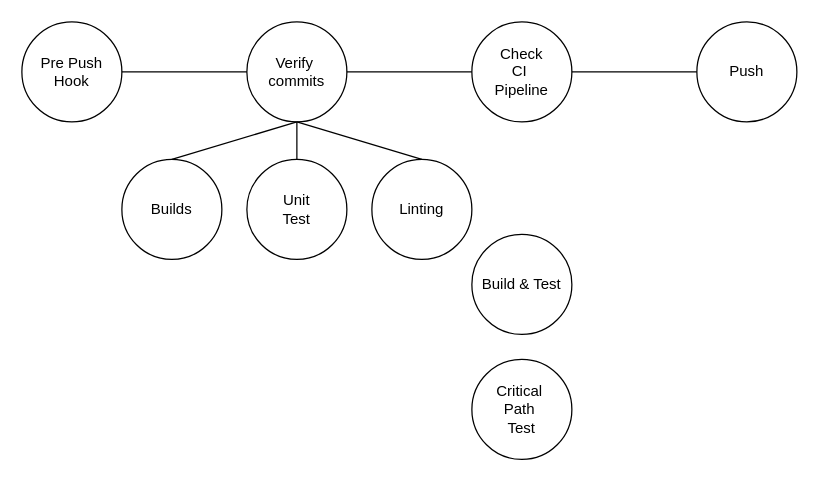
The draw.io diagram prepushpipeline.drawio in patrickschlaepfer/trunkbased, before the edit. Source tidied: cells renumbered, new cells numbered last; positions are measured from the earlier drawing's top-left corner, leaving out a move shared by most shapes. Both pictures are drawn from the tidied source at 125%, with x=0, y=0 at pixel (21, 21).
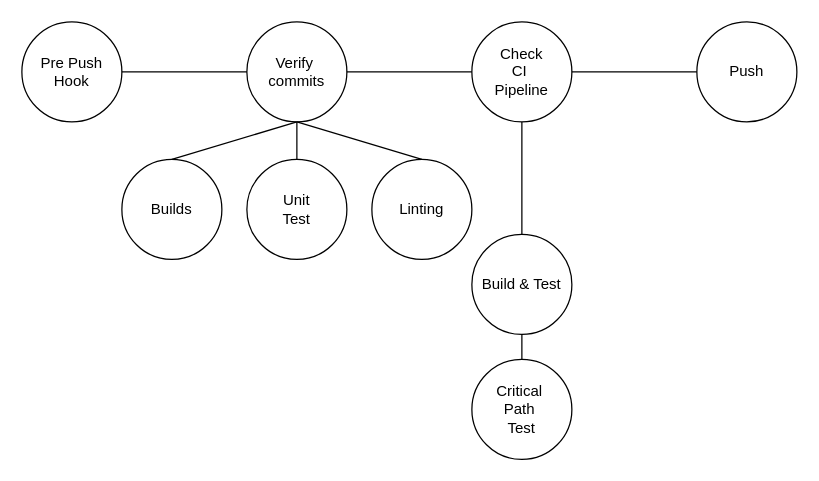
After the change.

The edit, as a diff of the source:
```diff
@@
 <mxGraphModel>
   <root>
     <mxCell id="0" />
     <mxCell id="1" parent="0" />
     <mxCell id="2" value="Pre Push&lt;br&gt;Hook" style="ellipse;whiteSpace=wrap;html=1;" parent="1" vertex="1">
       <mxGeometry width="80" height="80" as="geometry" />
     </mxCell>
     <mxCell id="3" value="Verify&amp;nbsp;&lt;br&gt;commits" style="ellipse;whiteSpace=wrap;html=1;" parent="1" vertex="1">
       <mxGeometry x="180" width="80" height="80" as="geometry" />
     </mxCell>
     <mxCell id="4" value="Builds" style="ellipse;whiteSpace=wrap;html=1;" parent="1" vertex="1">
       <mxGeometry x="80" y="110" width="80" height="80" as="geometry" />
     </mxCell>
     <mxCell id="5" value="Unit&lt;br&gt;Test" style="ellipse;whiteSpace=wrap;html=1;" parent="1" vertex="1">
       <mxGeometry x="180" y="110" width="80" height="80" as="geometry" />
     </mxCell>
     <mxCell id="6" value="Linting" style="ellipse;whiteSpace=wrap;html=1;" parent="1" vertex="1">
       <mxGeometry x="280" y="110" width="80" height="80" as="geometry" />
     </mxCell>
     <mxCell id="7" style="endArrow=none;html=1;exitX=1;exitY=0.5;exitDx=0;exitDy=0;entryX=0;entryY=0.5;entryDx=0;entryDy=0;" parent="1" edge="1" source="2" target="3">
       <mxGeometry relative="1" as="geometry" />
     </mxCell>
     <mxCell id="8" style="endArrow=none;html=1;entryX=0.5;entryY=1;entryDx=0;entryDy=0;exitX=0.5;exitY=0;exitDx=0;exitDy=0;" parent="1" edge="1" source="4" target="3">
       <mxGeometry relative="1" as="geometry" />
     </mxCell>
     <mxCell id="9" style="endArrow=none;html=1;entryX=0.5;entryY=1;entryDx=0;entryDy=0;exitX=0.5;exitY=0;exitDx=0;exitDy=0;" parent="1" edge="1" source="5" target="3">
       <mxGeometry relative="1" as="geometry" />
     </mxCell>
     <mxCell id="10" style="endArrow=none;html=1;entryX=0.5;entryY=1;entryDx=0;entryDy=0;exitX=0.5;exitY=0;exitDx=0;exitDy=0;" parent="1" edge="1" source="6" target="3">
       <mxGeometry relative="1" as="geometry" />
     </mxCell>
     <mxCell id="11" value="Check&lt;br&gt;CI&amp;nbsp;&lt;br&gt;Pipeline" style="ellipse;whiteSpace=wrap;html=1;" parent="1" vertex="1">
       <mxGeometry x="360" width="80" height="80" as="geometry" />
     </mxCell>
     <mxCell id="12" value="Build &amp;amp; Test" style="ellipse;whiteSpace=wrap;html=1;" parent="1" vertex="1">
       <mxGeometry x="360" y="170" width="80" height="80" as="geometry" />
     </mxCell>
     <mxCell id="13" value="Critical&amp;nbsp;&lt;br&gt;Path&amp;nbsp;&lt;br&gt;Test" style="ellipse;whiteSpace=wrap;html=1;" parent="1" vertex="1">
       <mxGeometry x="360" y="270" width="80" height="80" as="geometry" />
     </mxCell>
     <mxCell id="14" value="Push" style="ellipse;whiteSpace=wrap;html=1;" parent="1" vertex="1">
       <mxGeometry x="540" width="80" height="80" as="geometry" />
     </mxCell>
     <mxCell id="15" style="endArrow=none;html=1;entryX=0;entryY=0.5;entryDx=0;entryDy=0;" parent="1" edge="1" target="11">
       <mxGeometry relative="1" as="geometry">
         <mxPoint x="260" y="40" as="sourcePoint" />
       </mxGeometry>
     </mxCell>
     <mxCell id="16" style="endArrow=none;html=1;entryX=1;entryY=0.5;entryDx=0;entryDy=0;" parent="1" edge="1" source="14" target="11">
       <mxGeometry relative="1" as="geometry" />
     </mxCell>
+    <mxCell id="17" style="endArrow=none;html=1;entryX=0.5;entryY=1;entryDx=0;entryDy=0;" parent="1" edge="1" source="12" target="11">
+      <mxGeometry relative="1" as="geometry" />
+    </mxCell>
+    <mxCell id="18" style="endArrow=none;html=1;entryX=0.5;entryY=1;entryDx=0;entryDy=0;" parent="1" edge="1" source="13" target="12">
+      <mxGeometry relative="1" as="geometry" />
+    </mxCell>
   </root>
 </mxGraphModel>
```
